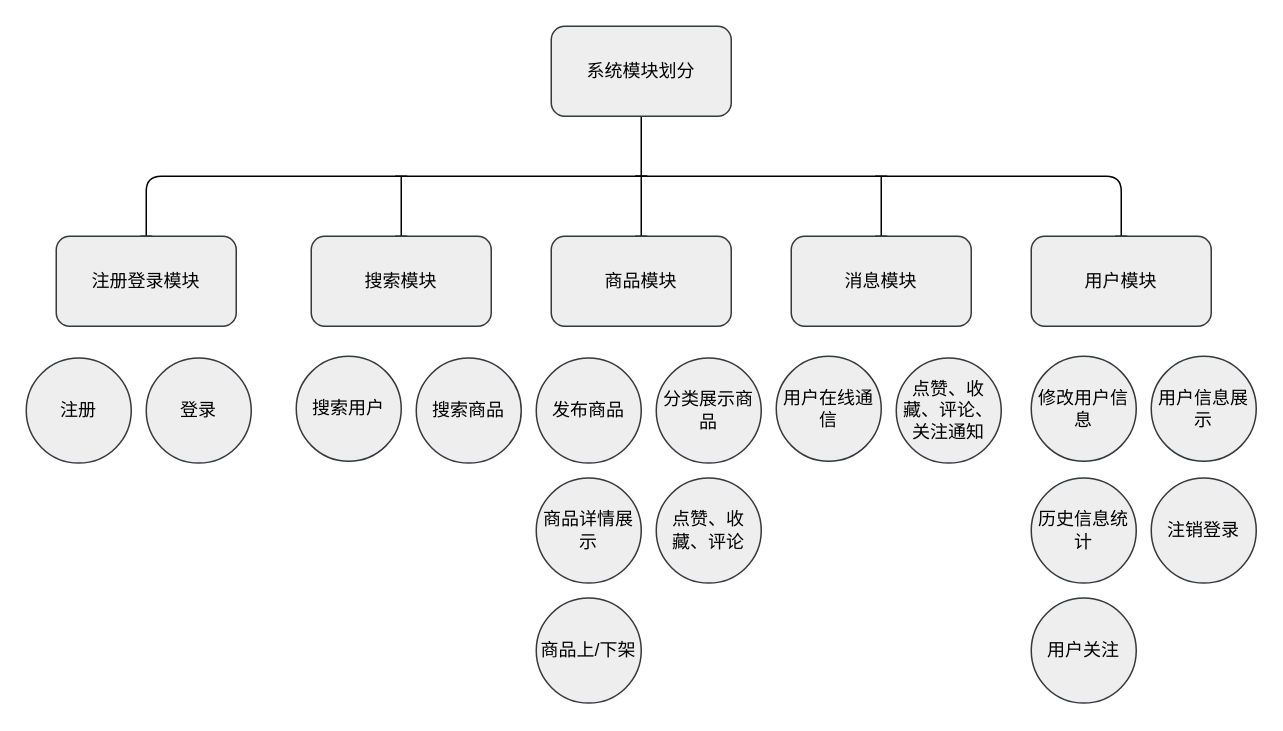
This is page "模块划分" (3 of 20) of 系统.drawio from coderBigOrange/school-trade-sysytem, a draw.io file, before an edit. Source tidied: cells renumbered, new cells numbered last; positions are measured from the earlier drawing's top-left corner, leaving out a move shared by most shapes. Both pictures are drawn from the tidied source at 150%, with x=0, y=0 at pixel (26, 26).
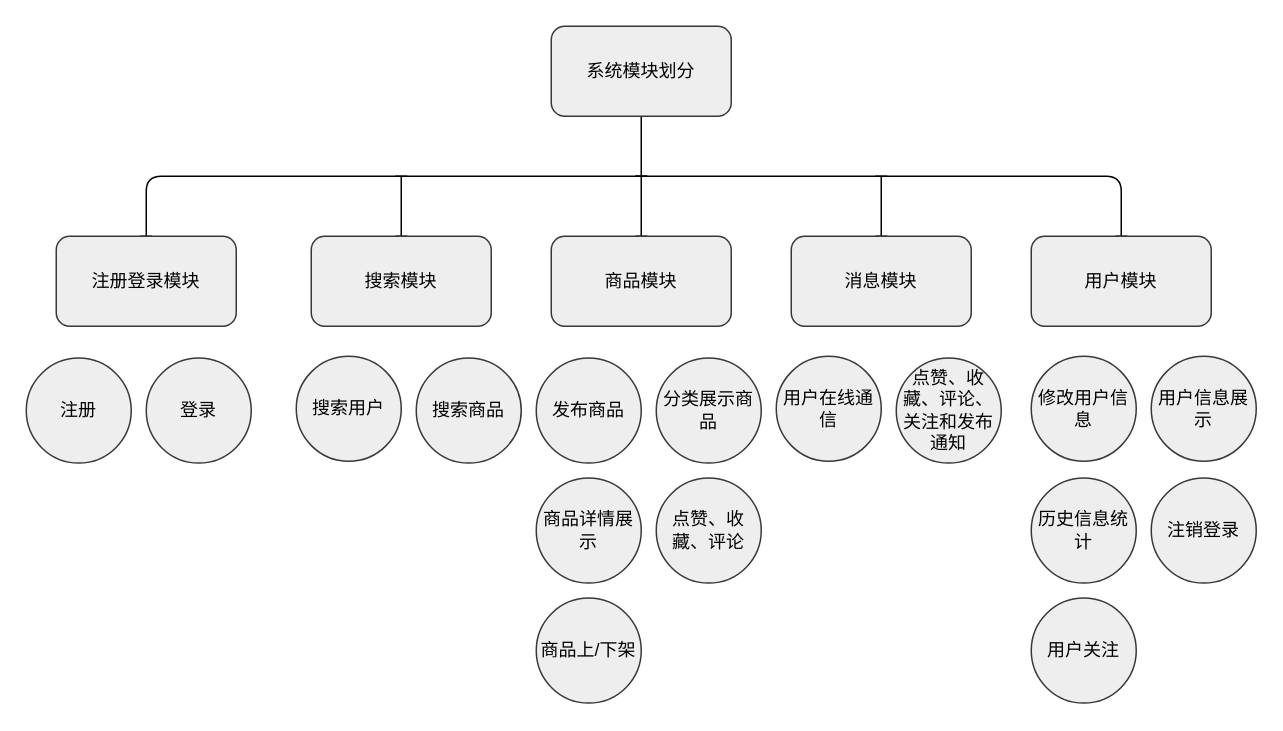
After the change.

Diff of the diagram source:
```diff
@@
-    <mxCell id="21" value="&lt;font color=&quot;#000000&quot;&gt;点赞、收藏、评论、关注通知&lt;/font&gt;" style="ellipse;whiteSpace=wrap;html=1;fillColor=#eeeeee;strokeColor=#36393d;" parent="1" vertex="1">
+    <mxCell id="21" value="&lt;font color=&quot;#000000&quot;&gt;点赞、收藏、评论、关注和发布通知&lt;/font&gt;" style="ellipse;whiteSpace=wrap;html=1;fillColor=#eeeeee;strokeColor=#36393d;" parent="1" vertex="1">
       <mxGeometry x="580" y="221.2" width="70" height="70" as="geometry" />
     </mxCell>
```
